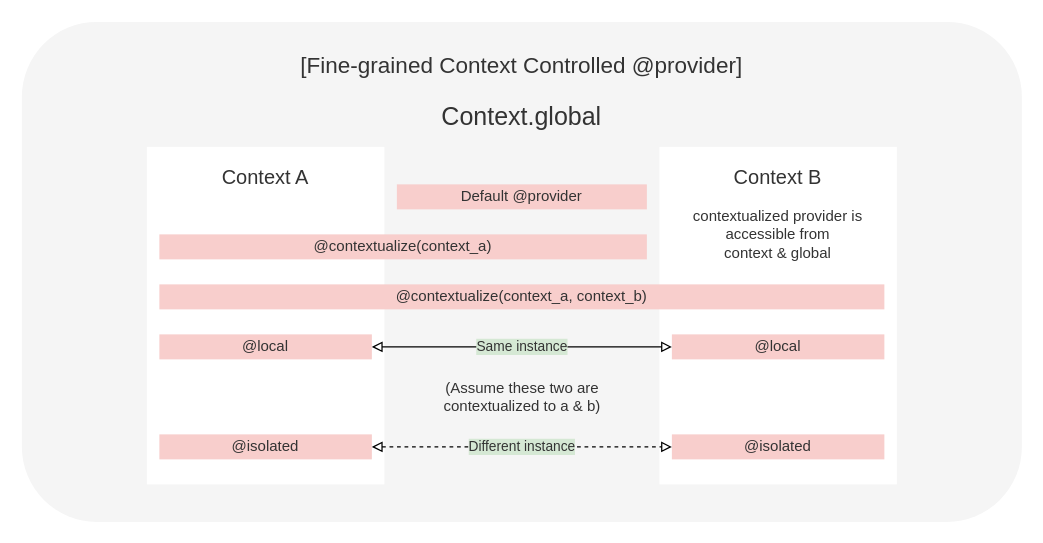
Above: assets/diagram.drawio in aspectra-js/aspectra (draw.io), before the change. Source tidied: cells renumbered, new cells numbered last; positions are measured from the earlier drawing's top-left corner, leaving out a move shared by most shapes. Both pictures are drawn from the tidied source at 125%, with x=0, y=0 at pixel (21, 21).
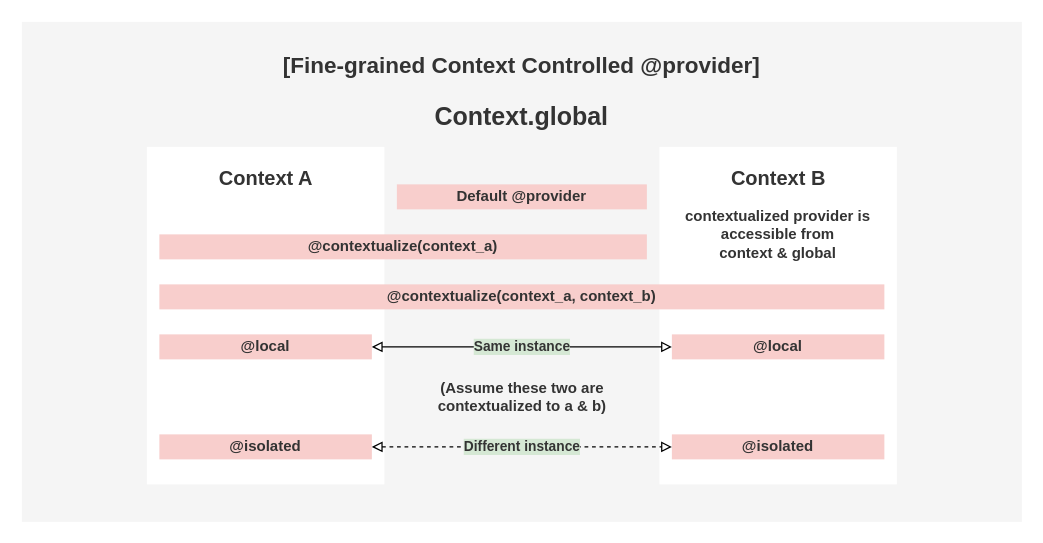
The same diagram, later.

Change to the diagram source:
```diff
@@
-    <mxCell id="2" style="rounded=1;whiteSpace=wrap;html=1;strokeColor=none;glass=0;shadow=0;fillColor=#F5F5F5;textShadow=1;fontColor=#333333;" parent="1" vertex="1">
+    <mxCell id="2" style="rounded=0;whiteSpace=wrap;html=1;strokeColor=none;glass=0;shadow=0;fillColor=#F5F5F5;textShadow=1;fontColor=#333333;fontFamily=Geist Mono;fontStyle=1;" parent="1" vertex="1">
       <mxGeometry width="800" height="400" as="geometry" />
     </mxCell>
-    <mxCell id="3" value="[Fine-grained Context Controlled @provider]" style="text;html=1;align=center;verticalAlign=middle;whiteSpace=wrap;rounded=0;fontFamily=Geist Mono;fontSize=18;fontColor=#333333;" parent="1" vertex="1">
+    <mxCell id="3" value="[Fine-grained Context Controlled @provider]" style="text;html=1;align=center;verticalAlign=middle;whiteSpace=wrap;rounded=0;fontFamily=Geist Mono;fontSize=18;fontColor=#333333;fontStyle=1;" parent="1" vertex="1">
       <mxGeometry x="135" y="20" width="530" height="30" as="geometry" />
     </mxCell>
-    <mxCell id="4" value="&lt;font style=&quot;font-size: 20px;&quot; face=&quot;Geist Mono&quot;&gt;Context.global&lt;/font&gt;" style="text;html=1;align=center;verticalAlign=middle;whiteSpace=wrap;rounded=0;fontStyle=0;fontFamily=Geist Mono;fontSize=20;fontColor=#333333;" parent="1" vertex="1">
+    <mxCell id="4" value="&lt;font style=&quot;font-size: 20px;&quot;&gt;Context.global&lt;/font&gt;" style="text;html=1;align=center;verticalAlign=middle;whiteSpace=wrap;rounded=0;fontStyle=1;fontFamily=Geist Mono;fontSize=20;fontColor=#333333;" parent="1" vertex="1">
       <mxGeometry x="370" y="60" width="60" height="30" as="geometry" />
     </mxCell>
-    <mxCell id="5" style="rounded=0;whiteSpace=wrap;html=1;strokeColor=none;fillColor=#FFFFFF;fontColor=#333333;" parent="1" vertex="1">
+    <mxCell id="5" style="rounded=0;whiteSpace=wrap;html=1;strokeColor=none;fillColor=#FFFFFF;fontColor=#333333;fontFamily=Geist Mono;fontStyle=1;" parent="1" vertex="1">
       <mxGeometry x="100" y="100" width="190" height="270" as="geometry" />
     </mxCell>
-    <mxCell id="6" style="rounded=0;whiteSpace=wrap;html=1;strokeColor=none;fillColor=#FFFFFF;fontColor=#333333;" parent="1" vertex="1">
+    <mxCell id="6" style="rounded=0;whiteSpace=wrap;html=1;strokeColor=none;fillColor=#FFFFFF;fontColor=#333333;fontFamily=Geist Mono;fontStyle=1;" parent="1" vertex="1">
       <mxGeometry x="510" y="100" width="190" height="270" as="geometry" />
     </mxCell>
-    <mxCell id="7" value="&lt;pre&gt;&lt;font style=&quot;font-size: 16px;&quot; face=&quot;Geist Mono&quot;&gt;Context A&lt;/font&gt;&lt;/pre&gt;" style="text;html=1;align=center;verticalAlign=middle;whiteSpace=wrap;rounded=0;fontStyle=0;fontFamily=Geist Mono;fontSize=18;fontColor=#333333;" parent="1" vertex="1">
-      <mxGeometry x="165" y="110" width="60" height="30" as="geometry" />
+    <mxCell id="7" value="&lt;div&gt;&lt;font style=&quot;font-size: 16px;&quot;&gt;Context A&lt;/font&gt;&lt;/div&gt;" style="text;html=1;align=center;verticalAlign=middle;whiteSpace=wrap;rounded=0;fontStyle=1;fontFamily=Geist Mono;fontSize=18;fontColor=#333333;" parent="1" vertex="1">
+      <mxGeometry x="142.5" y="110" width="105" height="30" as="geometry" />
     </mxCell>
-    <mxCell id="8" value="Default @provider" style="rounded=0;whiteSpace=wrap;html=1;strokeColor=none;fillColor=#f8cecc;fontFamily=Geist Mono;fontColor=#333333;" parent="1" vertex="1">
+    <mxCell id="8" value="Default @provider" style="rounded=0;whiteSpace=wrap;html=1;strokeColor=none;fillColor=#f8cecc;fontFamily=Geist Mono;fontColor=#333333;fontStyle=1;" parent="1" vertex="1">
       <mxGeometry x="300" y="130" width="200" height="20" as="geometry" />
     </mxCell>
-    <mxCell id="9" value="@contextualize(context_a)" style="rounded=0;whiteSpace=wrap;html=1;strokeColor=none;fillColor=#f8cecc;fontFamily=Geist Mono;fontColor=#333333;" parent="1" vertex="1">
+    <mxCell id="9" value="@contextualize(context_a)" style="rounded=0;whiteSpace=wrap;html=1;strokeColor=none;fillColor=#f8cecc;fontFamily=Geist Mono;fontColor=#333333;fontStyle=1;" parent="1" vertex="1">
       <mxGeometry x="110" y="170" width="390" height="20" as="geometry" />
     </mxCell>
-    <mxCell id="10" value="@contextualize(context_a, context_b)" style="rounded=0;whiteSpace=wrap;html=1;strokeColor=none;fillColor=#f8cecc;fontFamily=Geist Mono;fontColor=#333333;" parent="1" vertex="1">
+    <mxCell id="10" value="@contextualize(context_a, context_b)" style="rounded=0;whiteSpace=wrap;html=1;strokeColor=none;fillColor=#f8cecc;fontFamily=Geist Mono;fontColor=#333333;fontStyle=1;" parent="1" vertex="1">
       <mxGeometry x="110" y="210" width="580" height="20" as="geometry" />
     </mxCell>
-    <mxCell id="11" value="@isolated" style="rounded=0;whiteSpace=wrap;html=1;strokeColor=none;fillColor=#f8cecc;fontFamily=Geist Mono;fontColor=#333333;" parent="1" vertex="1">
+    <mxCell id="11" value="@isolated" style="rounded=0;whiteSpace=wrap;html=1;strokeColor=none;fillColor=#f8cecc;fontFamily=Geist Mono;fontColor=#333333;fontStyle=1;" parent="1" vertex="1">
       <mxGeometry x="520" y="330" width="170" height="20" as="geometry" />
     </mxCell>
-    <mxCell id="12" value="@isolated" style="rounded=0;whiteSpace=wrap;html=1;strokeColor=none;fillColor=#f8cecc;fontFamily=Geist Mono;fontColor=#333333;" parent="1" vertex="1">
+    <mxCell id="12" value="@isolated" style="rounded=0;whiteSpace=wrap;html=1;strokeColor=none;fillColor=#f8cecc;fontFamily=Geist Mono;fontColor=#333333;fontStyle=1;" parent="1" vertex="1">
       <mxGeometry x="110" y="330" width="170" height="20" as="geometry" />
     </mxCell>
-    <mxCell id="13" value="@local" style="rounded=0;whiteSpace=wrap;html=1;strokeColor=none;fillColor=#f8cecc;fontFamily=Geist Mono;fontColor=#333333;" parent="1" vertex="1">
+    <mxCell id="13" value="@local" style="rounded=0;whiteSpace=wrap;html=1;strokeColor=none;fillColor=#f8cecc;fontFamily=Geist Mono;fontColor=#333333;fontStyle=1;" parent="1" vertex="1">
       <mxGeometry x="110" y="250" width="170" height="20" as="geometry" />
     </mxCell>
-    <mxCell id="14" value="@local" style="rounded=0;whiteSpace=wrap;html=1;strokeColor=none;fillColor=#f8cecc;fontFamily=Geist Mono;fontColor=#333333;" parent="1" vertex="1">
+    <mxCell id="14" value="@local" style="rounded=0;whiteSpace=wrap;html=1;strokeColor=none;fillColor=#f8cecc;fontFamily=Geist Mono;fontColor=#333333;fontStyle=1;" parent="1" vertex="1">
       <mxGeometry x="520" y="250" width="170" height="20" as="geometry" />
     </mxCell>
-    <mxCell id="15" style="endArrow=block;startArrow=block;html=1;rounded=0;exitX=1;exitY=0.5;exitDx=0;exitDy=0;entryX=0;entryY=0.5;entryDx=0;entryDy=0;startFill=0;endFill=0;fontColor=#333333;" parent="1" edge="1" source="13" target="14">
+    <mxCell id="15" style="endArrow=block;startArrow=block;html=1;rounded=0;exitX=1;exitY=0.5;exitDx=0;exitDy=0;entryX=0;entryY=0.5;entryDx=0;entryDy=0;startFill=0;endFill=0;fontColor=#333333;fontFamily=Geist Mono;fontStyle=1;" parent="1" edge="1" source="13" target="14">
       <mxGeometry relative="1" as="geometry" />
     </mxCell>
-    <mxCell id="16" value="Same instance" style="edgeLabel;html=1;align=center;verticalAlign=middle;labelBackgroundColor=#D5E8D4;fontFamily=Geist Mono;fontColor=#333333;" parent="15" vertex="1">
+    <mxCell id="16" value="Same instance" style="edgeLabel;html=1;align=center;verticalAlign=middle;labelBackgroundColor=#D5E8D4;fontFamily=Geist Mono;fontColor=#333333;fontStyle=1;" parent="15" vertex="1">
       <mxGeometry y="1" relative="1" as="geometry">
         <mxPoint x="-1" as="offset" />
       </mxGeometry>
     </mxCell>
-    <mxCell id="17" style="endArrow=block;startArrow=block;html=1;rounded=0;exitX=1;exitY=0.5;exitDx=0;exitDy=0;entryX=0;entryY=0.5;entryDx=0;entryDy=0;dashed=1;startFill=0;endFill=0;fontColor=#333333;" parent="1" edge="1" source="12" target="11">
+    <mxCell id="17" style="endArrow=block;startArrow=block;html=1;rounded=0;exitX=1;exitY=0.5;exitDx=0;exitDy=0;entryX=0;entryY=0.5;entryDx=0;entryDy=0;dashed=1;startFill=0;endFill=0;fontColor=#333333;fontFamily=Geist Mono;fontStyle=1;" parent="1" edge="1" source="12" target="11">
       <mxGeometry relative="1" as="geometry" />
     </mxCell>
-    <mxCell id="18" value="Different instance" style="edgeLabel;html=1;align=center;verticalAlign=middle;labelBackgroundColor=#D5E8D4;fontFamily=Geist Mono;fontColor=#333333;" parent="17" vertex="1">
+    <mxCell id="18" value="Different instance" style="edgeLabel;html=1;align=center;verticalAlign=middle;labelBackgroundColor=#D5E8D4;fontFamily=Geist Mono;fontColor=#333333;fontStyle=1;" parent="17" vertex="1">
       <mxGeometry y="1" relative="1" as="geometry">
         <mxPoint x="-1" as="offset" />
       </mxGeometry>
     </mxCell>
-    <mxCell id="19" value="(Assume these two are contextualized to a &amp;amp; b)" style="text;html=1;align=center;verticalAlign=middle;whiteSpace=wrap;rounded=0;fontFamily=Geist Mono;fontColor=#333333;" parent="1" vertex="1">
+    <mxCell id="19" value="(Assume these two are contextualized to a &amp;amp; b)" style="text;html=1;align=center;verticalAlign=middle;whiteSpace=wrap;rounded=0;fontFamily=Geist Mono;fontColor=#333333;fontStyle=1;" parent="1" vertex="1">
       <mxGeometry x="328" y="280" width="145" height="40" as="geometry" />
     </mxCell>
-    <mxCell id="20" value="contextualized provider is accessible from&lt;div&gt;context &amp;amp; global&lt;/div&gt;" style="text;html=1;align=center;verticalAlign=middle;whiteSpace=wrap;rounded=0;fontFamily=Geist Mono;fontColor=#333333;" parent="1" vertex="1">
+    <mxCell id="20" value="contextualized provider is accessible from&lt;div&gt;context &amp;amp; global&lt;/div&gt;" style="text;html=1;align=center;verticalAlign=middle;whiteSpace=wrap;rounded=0;fontFamily=Geist Mono;fontColor=#333333;fontStyle=1;" parent="1" vertex="1">
       <mxGeometry x="515" y="150" width="180" height="40" as="geometry" />
     </mxCell>
-    <mxCell id="21" value="&lt;pre&gt;&lt;font style=&quot;font-size: 16px;&quot; face=&quot;Geist Mono&quot;&gt;Context B&lt;/font&gt;&lt;/pre&gt;" style="text;html=1;align=center;verticalAlign=middle;whiteSpace=wrap;rounded=0;fontStyle=0;fontFamily=Geist Mono;fontSize=18;fontColor=#333333;" parent="1" vertex="1">
-      <mxGeometry x="575" y="110" width="60" height="30" as="geometry" />
+    <mxCell id="21" value="&lt;div&gt;&lt;font style=&quot;font-size: 16px;&quot;&gt;Context B&lt;/font&gt;&lt;/div&gt;" style="text;html=1;align=center;verticalAlign=middle;whiteSpace=wrap;rounded=0;fontStyle=1;fontFamily=Geist Mono;fontSize=18;fontColor=#333333;" parent="1" vertex="1">
+      <mxGeometry x="557.5" y="110" width="95" height="30" as="geometry" />
     </mxCell>
```
